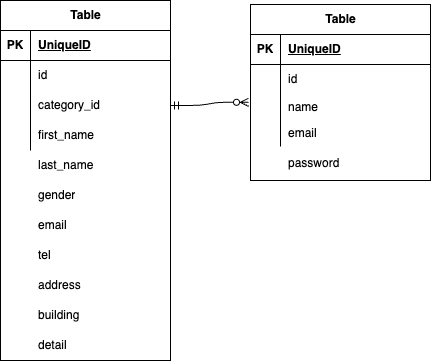
Before: ER.drawio.png, a diagram exported from draw.io (ozawa038/ozawa-kadai1). Source tidied: cells renumbered, new cells last; positions are measured from the earlier drawing's top-left corner, leaving out a move shared by most shapes.
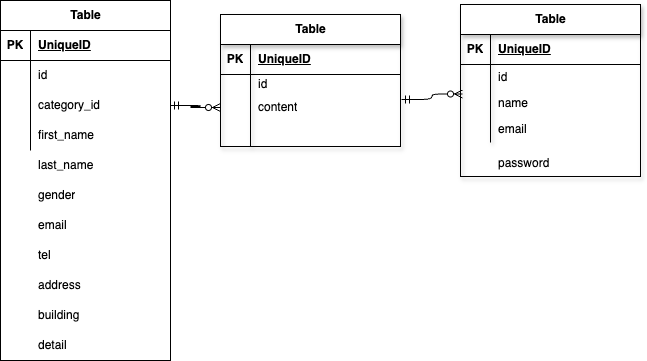
Later version of the same file.

What changed in the source:
```diff
@@ -41,8 +41,8 @@
     <mxCell id="14" value="first_name" style="shape=partialRectangle;fillColor=none;top=0;left=0;bottom=0;right=0;align=left;spacingLeft=6;overflow=hidden;whiteSpace=wrap;html=1;" parent="12" vertex="1">
       <mxGeometry x="30" width="140" height="30" as="geometry" />
     </mxCell>
-    <mxCell id="15" value="Table" style="shape=table;startSize=30;rowLines=0;fontStyle=1;align=center;html=1;" parent="1" vertex="1">
-      <mxGeometry x="250" y="4" width="180" height="176" as="geometry" />
+    <mxCell id="15" value="Table" style="shape=table;startSize=30;rowLines=0;fontStyle=1;align=center;html=1;shadow=1;" parent="1" vertex="1">
+      <mxGeometry x="460" y="4" width="180" height="172" as="geometry" />
     </mxCell>
     <mxCell id="16" style="shape=tableRow;horizontal=0;startSize=0;swimlaneHead=0;swimlaneBody=0;fillColor=none;top=0;left=0;right=0;bottom=1;" parent="15" vertex="1">
       <mxGeometry y="30" width="180" height="30" as="geometry" />
@@ -54,16 +54,16 @@
       <mxGeometry x="30" width="150" height="30" as="geometry" />
     </mxCell>
     <mxCell id="19" style="shape=tableRow;horizontal=0;startSize=0;swimlaneHead=0;swimlaneBody=0;fillColor=none;top=0;left=0;right=0;bottom=0;" parent="15" vertex="1">
-      <mxGeometry y="60" width="180" height="30" as="geometry" />
+      <mxGeometry y="60" width="180" height="26" as="geometry" />
     </mxCell>
     <mxCell id="20" style="shape=partialRectangle;fillColor=none;top=0;left=0;bottom=0;right=0;overflow=hidden;whiteSpace=wrap;html=1;" parent="19" vertex="1">
-      <mxGeometry width="30" height="30" as="geometry" />
+      <mxGeometry width="30" height="26" as="geometry" />
     </mxCell>
     <mxCell id="21" value="&lt;meta charset=&quot;utf-8&quot;&gt;id" style="shape=partialRectangle;fillColor=none;top=0;left=0;bottom=0;right=0;align=left;spacingLeft=6;overflow=hidden;whiteSpace=wrap;html=1;" parent="19" vertex="1">
-      <mxGeometry x="30" width="150" height="30" as="geometry" />
+      <mxGeometry x="30" width="150" height="26" as="geometry" />
     </mxCell>
     <mxCell id="22" style="shape=tableRow;horizontal=0;startSize=0;swimlaneHead=0;swimlaneBody=0;fillColor=none;points=[[0,0.5],[1,0.5]];portConstraint=eastwest;top=0;left=0;right=0;bottom=0;" parent="15" vertex="1">
-      <mxGeometry y="90" width="180" height="26" as="geometry" />
+      <mxGeometry y="86" width="180" height="26" as="geometry" />
     </mxCell>
     <mxCell id="23" style="shape=partialRectangle;fillColor=none;top=0;left=0;bottom=0;right=0;overflow=hidden;whiteSpace=wrap;html=1;" parent="22" vertex="1">
       <mxGeometry width="30" height="26" as="geometry" />
@@ -72,7 +72,7 @@
       <mxGeometry x="30" width="150" height="26" as="geometry" />
     </mxCell>
     <mxCell id="25" style="shape=tableRow;horizontal=0;startSize=0;swimlaneHead=0;swimlaneBody=0;fillColor=none;top=0;left=0;right=0;bottom=0;" parent="15" vertex="1">
-      <mxGeometry y="116" width="180" height="26" as="geometry" />
+      <mxGeometry y="112" width="180" height="26" as="geometry" />
     </mxCell>
     <mxCell id="26" style="shape=partialRectangle;fillColor=none;top=0;left=0;bottom=0;right=0;overflow=hidden;whiteSpace=wrap;html=1;" parent="25" vertex="1">
       <mxGeometry width="30" height="26" as="geometry" />
@@ -80,8 +80,9 @@
     <mxCell id="27" value="&lt;meta charset=&quot;utf-8&quot;&gt;email" style="shape=partialRectangle;fillColor=none;top=0;left=0;bottom=0;right=0;align=left;spacingLeft=6;overflow=hidden;whiteSpace=wrap;html=1;" parent="25" vertex="1">
       <mxGeometry x="30" width="150" height="26" as="geometry" />
     </mxCell>
-    <mxCell id="28" style="edgeStyle=entityRelationEdgeStyle;fontSize=12;html=1;endArrow=ERzeroToMany;startArrow=ERmandOne;entryX=-0.011;entryY=0.3;entryDx=0;entryDy=0;exitX=1;exitY=0.5;exitDx=0;exitDy=0;entryPerimeter=0;" parent="1" edge="1" source="9" target="22">
+    <mxCell id="28" style="edgeStyle=entityRelationEdgeStyle;fontSize=12;html=1;endArrow=ERzeroToMany;startArrow=ERmandOne;exitX=1;exitY=0.5;exitDx=0;exitDy=0;" parent="1" edge="1" source="9">
       <mxGeometry relative="1" as="geometry">
+        <mxPoint x="220" y="107" as="targetPoint" />
         <Array as="points">
           <mxPoint x="220" y="90" />
           <mxPoint x="250" y="90" />
@@ -115,8 +116,56 @@
     <mxCell id="37" style="shape=partialRectangle;fillColor=none;top=0;left=0;bottom=0;right=0;overflow=hidden;whiteSpace=wrap;html=1;" parent="36" vertex="1">
       <mxGeometry width="30" height="26" as="geometry" />
     </mxCell>
+    <mxCell id="39" value="Table" style="shape=table;startSize=30;rowLines=0;fontStyle=1;align=center;html=1;shadow=1;" parent="1" vertex="1">
+      <mxGeometry x="220" y="14" width="180" height="132" as="geometry" />
+    </mxCell>
+    <mxCell id="40" style="shape=tableRow;horizontal=0;startSize=0;swimlaneHead=0;swimlaneBody=0;fillColor=none;top=0;left=0;right=0;bottom=1;" parent="39" vertex="1">
+      <mxGeometry y="30" width="180" height="30" as="geometry" />
+    </mxCell>
+    <mxCell id="41" value="PK" style="shape=partialRectangle;fillColor=none;top=0;left=0;bottom=0;right=0;fontStyle=1;overflow=hidden;whiteSpace=wrap;html=1;" parent="40" vertex="1">
+      <mxGeometry width="30" height="30" as="geometry" />
+    </mxCell>
+    <mxCell id="42" value="UniqueID" style="shape=partialRectangle;fillColor=none;top=0;left=0;bottom=0;right=0;align=left;spacingLeft=6;fontStyle=5;overflow=hidden;whiteSpace=wrap;html=1;" parent="40" vertex="1">
+      <mxGeometry x="30" width="150" height="30" as="geometry" />
+    </mxCell>
+    <mxCell id="43" style="shape=tableRow;horizontal=0;startSize=0;swimlaneHead=0;swimlaneBody=0;fillColor=none;top=0;left=0;right=0;bottom=0;" parent="39" vertex="1">
+      <mxGeometry y="60" width="180" height="20" as="geometry" />
+    </mxCell>
+    <mxCell id="44" style="shape=partialRectangle;fillColor=none;top=0;left=0;bottom=0;right=0;overflow=hidden;whiteSpace=wrap;html=1;" parent="43" vertex="1">
+      <mxGeometry width="30" height="20" as="geometry" />
+    </mxCell>
+    <mxCell id="45" value="&lt;meta charset=&quot;utf-8&quot;&gt;id" style="shape=partialRectangle;fillColor=none;top=0;left=0;bottom=0;right=0;align=left;spacingLeft=6;overflow=hidden;whiteSpace=wrap;html=1;" parent="43" vertex="1">
+      <mxGeometry x="30" width="150" height="20" as="geometry" />
+    </mxCell>
+    <mxCell id="46" style="shape=tableRow;horizontal=0;startSize=0;swimlaneHead=0;swimlaneBody=0;fillColor=none;points=[[0,0.5],[1,0.5]];portConstraint=eastwest;top=0;left=0;right=0;bottom=0;" parent="39" vertex="1">
+      <mxGeometry y="80" width="180" height="26" as="geometry" />
+    </mxCell>
+    <mxCell id="47" style="shape=partialRectangle;fillColor=none;top=0;left=0;bottom=0;right=0;overflow=hidden;whiteSpace=wrap;html=1;" parent="46" vertex="1">
+      <mxGeometry width="30" height="26" as="geometry" />
+    </mxCell>
+    <mxCell id="48" value="content" style="shape=partialRectangle;fillColor=none;top=0;left=0;bottom=0;right=0;align=left;spacingLeft=6;overflow=hidden;whiteSpace=wrap;html=1;" parent="46" vertex="1">
+      <mxGeometry x="30" width="150" height="26" as="geometry" />
+    </mxCell>
+    <mxCell id="49" style="shape=tableRow;horizontal=0;startSize=0;swimlaneHead=0;swimlaneBody=0;fillColor=none;top=0;left=0;right=0;bottom=0;" parent="39" vertex="1">
+      <mxGeometry y="106" width="180" height="26" as="geometry" />
+    </mxCell>
+    <mxCell id="50" style="shape=partialRectangle;fillColor=none;top=0;left=0;bottom=0;right=0;overflow=hidden;whiteSpace=wrap;html=1;" parent="49" vertex="1">
+      <mxGeometry width="30" height="26" as="geometry" />
+    </mxCell>
+    <mxCell id="51" style="shape=partialRectangle;fillColor=none;top=0;left=0;bottom=0;right=0;align=left;spacingLeft=6;overflow=hidden;whiteSpace=wrap;html=1;" parent="49" vertex="1">
+      <mxGeometry x="30" width="150" height="26" as="geometry" />
+    </mxCell>
+    <mxCell id="52" style="edgeStyle=entityRelationEdgeStyle;fontSize=12;html=1;endArrow=ERzeroToMany;startArrow=ERmandOne;entryX=-0.011;entryY=0.3;entryDx=0;entryDy=0;entryPerimeter=0;exitX=1.006;exitY=0.192;exitDx=0;exitDy=0;exitPerimeter=0;" parent="1" edge="1" source="46">
+      <mxGeometry relative="1" as="geometry">
+        <mxPoint x="462" y="93.5" as="targetPoint" />
+        <Array as="points">
+          <mxPoint x="430" y="85.5" />
+          <mxPoint x="460" y="85.5" />
+        </Array>
+      </mxGeometry>
+    </mxCell>
-    <mxCell id="38" value="&lt;meta charset=&quot;utf-8&quot;&gt;password" style="shape=partialRectangle;fillColor=none;top=0;left=0;bottom=0;right=0;align=left;spacingLeft=6;overflow=hidden;whiteSpace=wrap;html=1;" parent="36" vertex="1">
-      <mxGeometry x="30" width="150" height="26" as="geometry" />
+    <mxCell id="38" value="&lt;meta charset=&quot;utf-8&quot;&gt;password" style="shape=partialRectangle;fillColor=none;top=0;left=0;bottom=0;right=0;align=left;spacingLeft=6;overflow=hidden;whiteSpace=wrap;html=1;" parent="1" vertex="1">
+      <mxGeometry x="490" y="150" width="150" height="26" as="geometry" />
     </mxCell>
   </root>
 </mxGraphModel>
```
